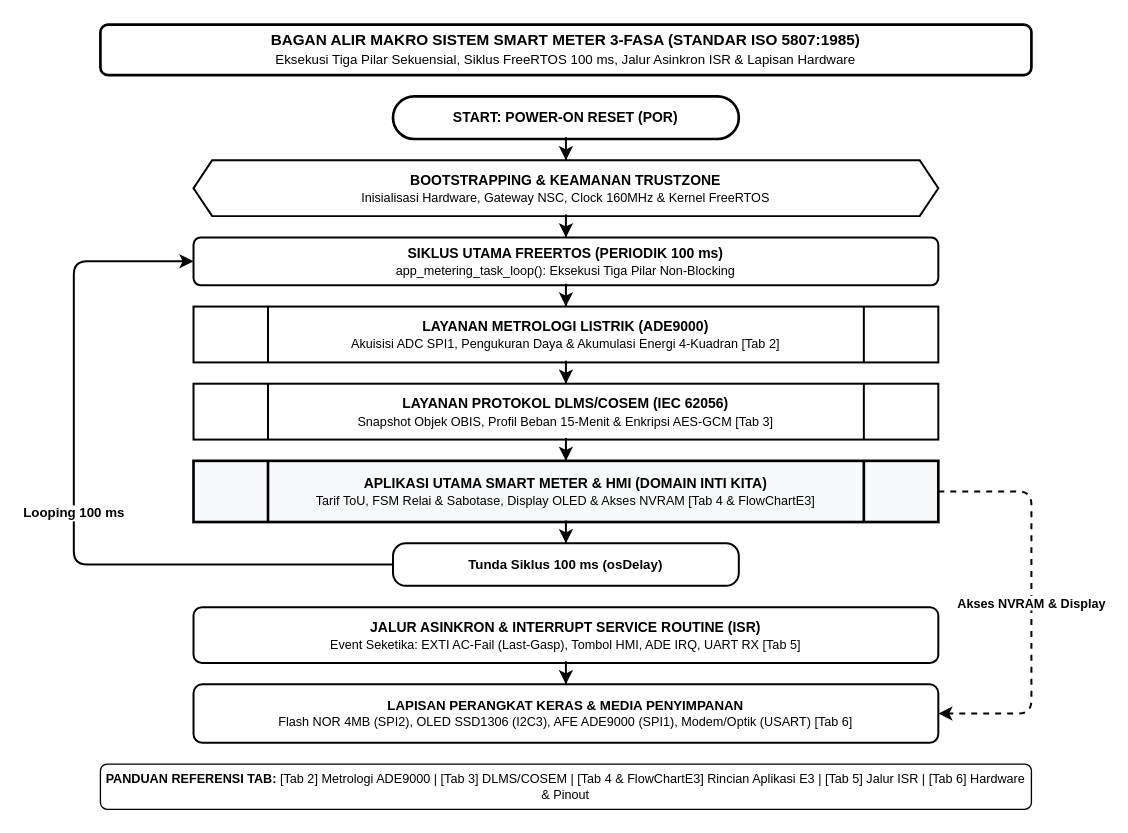
Above: page "1. Ikhtisar Sistem Makro" (1 of 5) of docs/system_flowchart.drawio in Kevla27/ALLIN (draw.io), before the change. Source tidied: cells renumbered, new cells numbered last; positions are measured from the earlier drawing's top-left corner, leaving out a move shared by most shapes. Both pictures are drawn from the tidied source at 133%, with x=0, y=0 at pixel (73, 24).
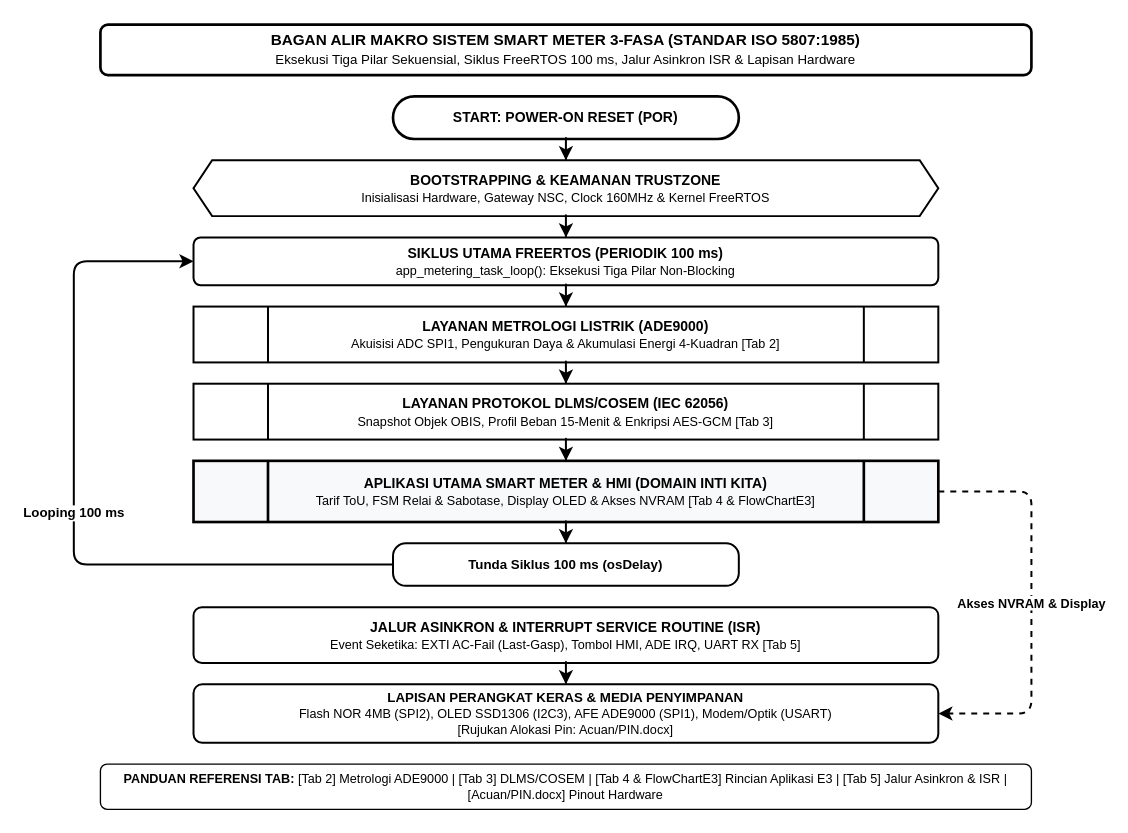
After the change.

Commit message (it also covers changes not shown here):
docs(flowchart): eliminasi Tab 6 hardware demi penegasan fokus murni software flowchart 5 tab

What changed in the source:
```diff
@@
-    <mxCell id="11" value="&lt;b&gt;LAPISAN PERANGKAT KERAS &amp;amp; MEDIA PENYIMPANAN&lt;/b&gt;&lt;br/&gt;&lt;font style=&quot;font-size:9.5px;&quot;&gt;Flash NOR 4MB (SPI2), OLED SSD1306 (I2C3), AFE ADE9000 (SPI1), Modem/Optik (USART) [Tab 6]&lt;/font&gt;" style="rounded=1;arcSize=15;whiteSpace=wrap;html=1;fillColor=#ffffff;strokeColor=#000000;strokeWidth=1.5;fontColor=#000000;fontSize=10;align=center;" parent="1" vertex="1">
+    <mxCell id="11" value="&lt;b&gt;LAPISAN PERANGKAT KERAS &amp;amp; MEDIA PENYIMPANAN&lt;/b&gt;&lt;br/&gt;&lt;font style=&quot;font-size:9.5px;&quot;&gt;Flash NOR 4MB (SPI2), OLED SSD1306 (I2C3), AFE ADE9000 (SPI1), Modem/Optik (USART)&lt;br/&gt;[Rujukan Alokasi Pin: Acuan/PIN.docx]&lt;/font&gt;" style="rounded=1;arcSize=15;whiteSpace=wrap;html=1;fillColor=#ffffff;strokeColor=#000000;strokeWidth=1.5;fontColor=#000000;fontSize=10;align=center;" parent="1" vertex="1">
       <mxGeometry x="90" y="496" width="560" height="44" as="geometry" />
     </mxCell>
-    <mxCell id="12" value="&lt;b&gt;PANDUAN REFERENSI TAB:&lt;/b&gt; [Tab 2] Metrologi ADE9000 | [Tab 3] DLMS/COSEM | [Tab 4 &amp;amp; FlowChartE3] Rincian Aplikasi E3 | [Tab 5] Jalur ISR | [Tab 6] Hardware &amp;amp; Pinout" style="rounded=1;whiteSpace=wrap;html=1;fontSize=9.5;align=center;fillColor=#ffffff;strokeColor=#000000;strokeWidth=1;fontColor=#000000;" parent="1" vertex="1">
+    <mxCell id="12" value="&lt;b&gt;PANDUAN REFERENSI TAB:&lt;/b&gt; [Tab 2] Metrologi ADE9000 | [Tab 3] DLMS/COSEM | [Tab 4 &amp;amp; FlowChartE3] Rincian Aplikasi E3 | [Tab 5] Jalur Asinkron &amp;amp; ISR | [Acuan/PIN.docx] Pinout Hardware" style="rounded=1;whiteSpace=wrap;html=1;fontSize=9.5;align=center;fillColor=#ffffff;strokeColor=#000000;strokeWidth=1;fontColor=#000000;" parent="1" vertex="1">
       <mxGeometry x="20" y="556" width="700" height="34" as="geometry" />
     </mxCell>
```
